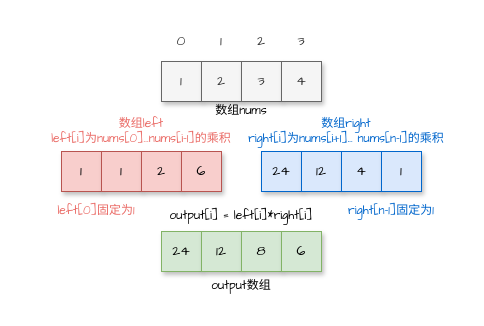
The draw.io diagram draw.io/除自身以外数组的乘积.drawio in goldknife6/algorithm, before the edit. Source tidied: cells renumbered, new cells numbered last; positions are measured from the earlier drawing's top-left corner, leaving out a move shared by most shapes. Both pictures are drawn from the tidied source at 100%, with x=0, y=0 at pixel (41, 21).
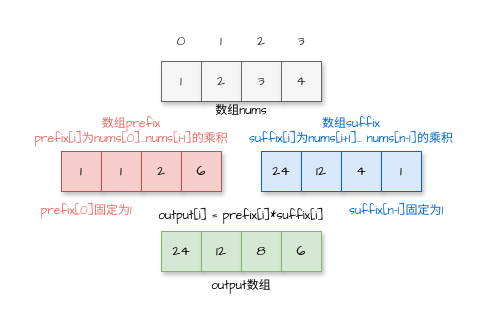
The same diagram, later.

Commit message:
更新除自身以外数组的乘积.drawio

The edit, as a diff of the source:
```diff
@@
-    <mxCell id="22" value="数组left&lt;br&gt;left[i]为&lt;span&gt;nums&lt;/span&gt;&lt;span&gt;[0]...&lt;/span&gt;&lt;span&gt;nums&lt;/span&gt;&lt;span&gt;[i-1]的乘积&lt;/span&gt;&lt;div class=&quot;okr-block-clipboard&quot;&gt;&lt;/div&gt;" style="text;html=1;strokeColor=none;fillColor=none;align=center;verticalAlign=middle;whiteSpace=wrap;rounded=0;shadow=1;fontFamily=Comic Sans MS;fontSize=12;fontColor=#EA6B66;opacity=0;" parent="1" vertex="1">
-      <mxGeometry y="90" width="200" height="40" as="geometry" />
+    <mxCell id="22" value="数组prefix&lt;br&gt;prefix[i]为&lt;span&gt;nums&lt;/span&gt;&lt;span&gt;[0]...&lt;/span&gt;&lt;span&gt;nums&lt;/span&gt;&lt;span&gt;[i-1]的乘积&lt;/span&gt;&lt;div class=&quot;okr-block-clipboard&quot;&gt;&lt;/div&gt;" style="text;html=1;strokeColor=none;fillColor=none;align=center;verticalAlign=middle;whiteSpace=wrap;rounded=0;shadow=1;fontFamily=Comic Sans MS;fontSize=12;fontColor=#EA6B66;opacity=0;" parent="1" vertex="1">
+      <mxGeometry x="-20" y="90" width="220" height="40" as="geometry" />
     </mxCell>
-    <mxCell id="23" value="&lt;font color=&quot;#0066cc&quot;&gt;数组right&lt;br&gt;right[i]为&lt;span&gt;nums&lt;/span&gt;[i+1]...&amp;nbsp;&lt;span&gt;nums&lt;/span&gt;[n-1]的乘积&lt;/font&gt;" style="text;html=1;strokeColor=none;fillColor=none;align=center;verticalAlign=middle;whiteSpace=wrap;rounded=0;shadow=1;fontFamily=Comic Sans MS;fontSize=12;fontColor=#EA6B66;opacity=0;" parent="1" vertex="1">
-      <mxGeometry x="200" y="90" width="210" height="40" as="geometry" />
+    <mxCell id="23" value="&lt;font color=&quot;#0066cc&quot;&gt;数组&lt;/font&gt;&lt;span style=&quot;color: rgb(0 , 102 , 204)&quot;&gt;suffix&lt;/span&gt;&lt;font color=&quot;#0066cc&quot;&gt;&lt;br&gt;&lt;/font&gt;&lt;span style=&quot;color: rgb(0 , 102 , 204)&quot;&gt;suffix&lt;/span&gt;&lt;font color=&quot;#0066cc&quot;&gt;[i]为&lt;span&gt;nums&lt;/span&gt;[i+1]...&amp;nbsp;&lt;span&gt;nums&lt;/span&gt;[n-1]的乘积&lt;/font&gt;" style="text;html=1;strokeColor=none;fillColor=none;align=center;verticalAlign=middle;whiteSpace=wrap;rounded=0;shadow=1;fontFamily=Comic Sans MS;fontSize=12;fontColor=#EA6B66;opacity=0;" parent="1" vertex="1">
+      <mxGeometry x="200" y="90" width="220" height="40" as="geometry" />
     </mxCell>
@@
-    <mxCell id="25" value="output[i] = left[i]*right[i]" style="text;html=1;strokeColor=none;fillColor=none;align=center;verticalAlign=middle;whiteSpace=wrap;rounded=0;shadow=1;fontFamily=Comic Sans MS;fontSize=12;fontColor=#000000;opacity=0;" parent="1" vertex="1">
-      <mxGeometry x="120" y="180" width="160" height="30" as="geometry" />
+    <mxCell id="25" value="output[i] = prefix[i]*suffix[i]" style="text;html=1;strokeColor=none;fillColor=none;align=center;verticalAlign=middle;whiteSpace=wrap;rounded=0;shadow=1;fontFamily=Comic Sans MS;fontSize=12;fontColor=#000000;opacity=0;" parent="1" vertex="1">
+      <mxGeometry x="110" y="180" width="180" height="30" as="geometry" />
     </mxCell>
@@
-    <mxCell id="27" value="left[0]固定为1" style="text;html=1;strokeColor=none;fillColor=none;align=center;verticalAlign=middle;whiteSpace=wrap;rounded=0;shadow=1;fontFamily=Comic Sans MS;fontSize=12;fontColor=#EA6B66;opacity=0;" parent="1" vertex="1">
-      <mxGeometry x="10" y="180" width="90" height="20" as="geometry" />
+    <mxCell id="27" value="prefix[0]固定为1" style="text;html=1;strokeColor=none;fillColor=none;align=center;verticalAlign=middle;whiteSpace=wrap;rounded=0;shadow=1;fontFamily=Comic Sans MS;fontSize=12;fontColor=#EA6B66;opacity=0;" parent="1" vertex="1">
+      <mxGeometry x="-10" y="180" width="110" height="20" as="geometry" />
     </mxCell>
-    <mxCell id="28" value="&lt;font color=&quot;#0066cc&quot;&gt;right[n-1]固定为1&lt;/font&gt;" style="text;html=1;strokeColor=none;fillColor=none;align=center;verticalAlign=middle;whiteSpace=wrap;rounded=0;shadow=1;fontFamily=Comic Sans MS;fontSize=12;fontColor=#EA6B66;opacity=0;" parent="1" vertex="1">
-      <mxGeometry x="300" y="180" width="100" height="20" as="geometry" />
+    <mxCell id="28" value="&lt;font color=&quot;#0066cc&quot;&gt;suffix[n-1]固定为1&lt;/font&gt;" style="text;html=1;strokeColor=none;fillColor=none;align=center;verticalAlign=middle;whiteSpace=wrap;rounded=0;shadow=1;fontFamily=Comic Sans MS;fontSize=12;fontColor=#EA6B66;opacity=0;" parent="1" vertex="1">
+      <mxGeometry x="300" y="180" width="110" height="20" as="geometry" />
     </mxCell>
```
